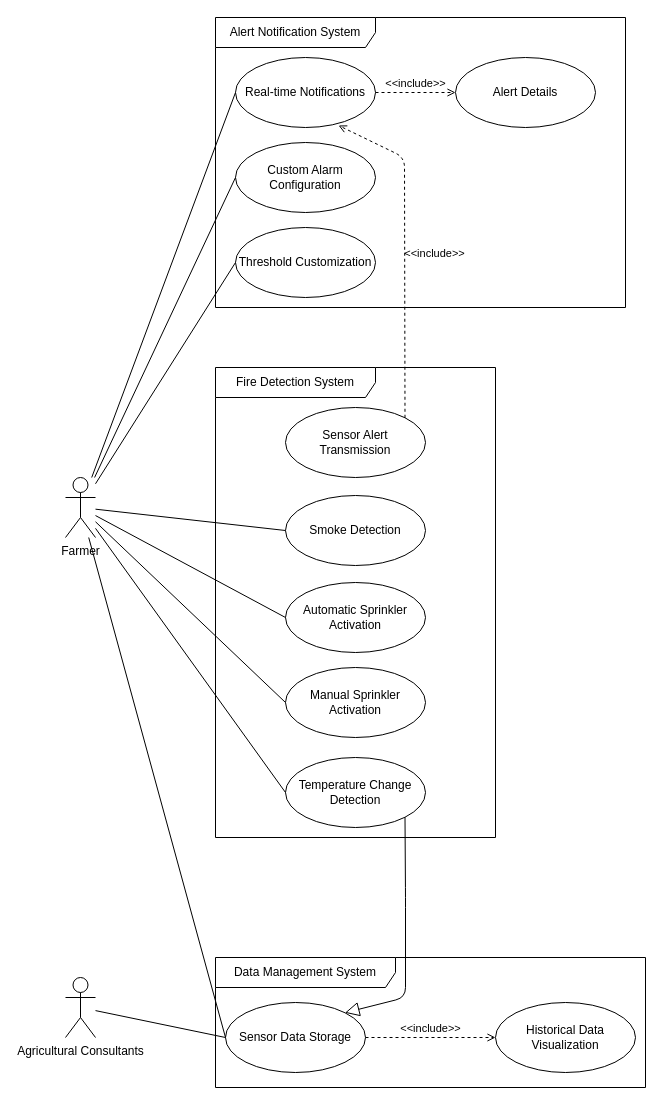
Earlier version of the draw.io diagram page "Use Case 4" (4 of 7) of diagrams/use_case.drawio (RyvenKappa/Architectures-Memory). Source tidied: cells renumbered, new cells numbered last; positions are measured from the earlier drawing's top-left corner, leaving out a move shared by most shapes. Both pictures are drawn from the tidied source at 100%, with x=0, y=0 at pixel (65, 17).
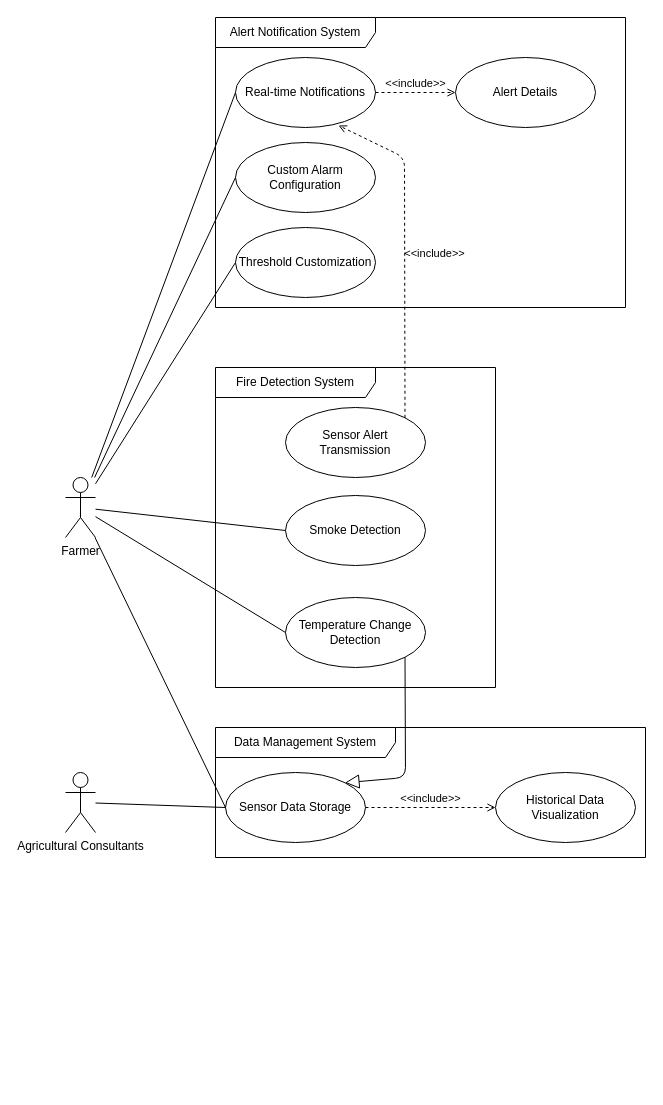
After the change.

Unchanged cells that the change refers to:
```xml
<mxCell id="2" value="Farmer" style="shape=umlActor;verticalLabelPosition=bottom;verticalAlign=top;html=1;outlineConnect=0;rounded=1;" parent="1" vertex="1">
  <mxGeometry y="460" width="30" height="60" as="geometry" />
</mxCell>
<mxCell id="16" value="Sensor Data Storage" style="ellipse;whiteSpace=wrap;html=1;rounded=1;" parent="15" vertex="1">
  <mxGeometry x="10" y="45" width="140" height="70" as="geometry" />
</mxCell>
```

What changed in the source:
```diff
@@
     <mxCell id="3" value="Fire Detection System" style="shape=umlFrame;whiteSpace=wrap;html=1;width=160;rounded=1;" parent="1" vertex="1">
-      <mxGeometry x="150" y="350" width="280" height="470" as="geometry" />
+      <mxGeometry x="150" y="350" width="280" height="320" as="geometry" />
     </mxCell>
@@
-    <mxCell id="6" value="Automatic Sprinkler Activation" style="ellipse;whiteSpace=wrap;html=1;rounded=1;" parent="3" vertex="1">
-      <mxGeometry x="70" y="215" width="140" height="70" as="geometry" />
-    </mxCell>
-    <mxCell id="7" value="Manual Sprinkler Activation" style="ellipse;whiteSpace=wrap;html=1;rounded=1;" parent="3" vertex="1">
-      <mxGeometry x="70" y="300" width="140" height="70" as="geometry" />
-    </mxCell>
     <mxCell id="8" value="Temperature Change Detection" style="ellipse;whiteSpace=wrap;html=1;rounded=1;" parent="3" vertex="1">
-      <mxGeometry x="70" y="390" width="140" height="70" as="geometry" />
+      <mxGeometry x="70" y="230" width="140" height="70" as="geometry" />
     </mxCell>
@@
     <mxCell id="15" value="Data Management System" style="shape=umlFrame;whiteSpace=wrap;html=1;width=180;height=30;rounded=1;" parent="1" vertex="1">
-      <mxGeometry x="150" y="940" width="430" height="130" as="geometry" />
+      <mxGeometry x="150" y="710" width="430" height="130" as="geometry" />
     </mxCell>
@@
     <mxCell id="19" value="Agricultural Consultants" style="shape=umlActor;verticalLabelPosition=bottom;verticalAlign=top;html=1;outlineConnect=0;rounded=1;" parent="1" vertex="1">
-      <mxGeometry y="960" width="30" height="60" as="geometry" />
+      <mxGeometry y="755" width="30" height="60" as="geometry" />
     </mxCell>
@@
-    <mxCell id="21" style="edgeStyle=none;html=1;endArrow=none;verticalAlign=bottom;rounded=1;entryX=0;entryY=0.5;entryDx=0;entryDy=0;" parent="1" edge="1" source="2" target="6">
-      <mxGeometry relative="1" as="geometry" />
-    </mxCell>
@@
-    <mxCell id="23" style="edgeStyle=none;html=1;endArrow=none;verticalAlign=bottom;rounded=1;entryX=0;entryY=0.5;entryDx=0;entryDy=0;" parent="1" edge="1" source="2" target="7">
-      <mxGeometry relative="1" as="geometry" />
-    </mxCell>
@@
     <mxCell id="29" style="html=1;endArrow=block;endFill=0;endSize=12;verticalAlign=bottom;rounded=1;exitX=1;exitY=1;exitDx=0;exitDy=0;entryX=1;entryY=0;entryDx=0;entryDy=0;" parent="1" edge="1" source="8" target="16">
       <mxGeometry relative="1" as="geometry">
         <Array as="points">
-          <mxPoint x="340" y="880" />
-          <mxPoint x="340" y="980" />
+          <mxPoint x="340" y="760" />
         </Array>
       </mxGeometry>
     </mxCell>
```
